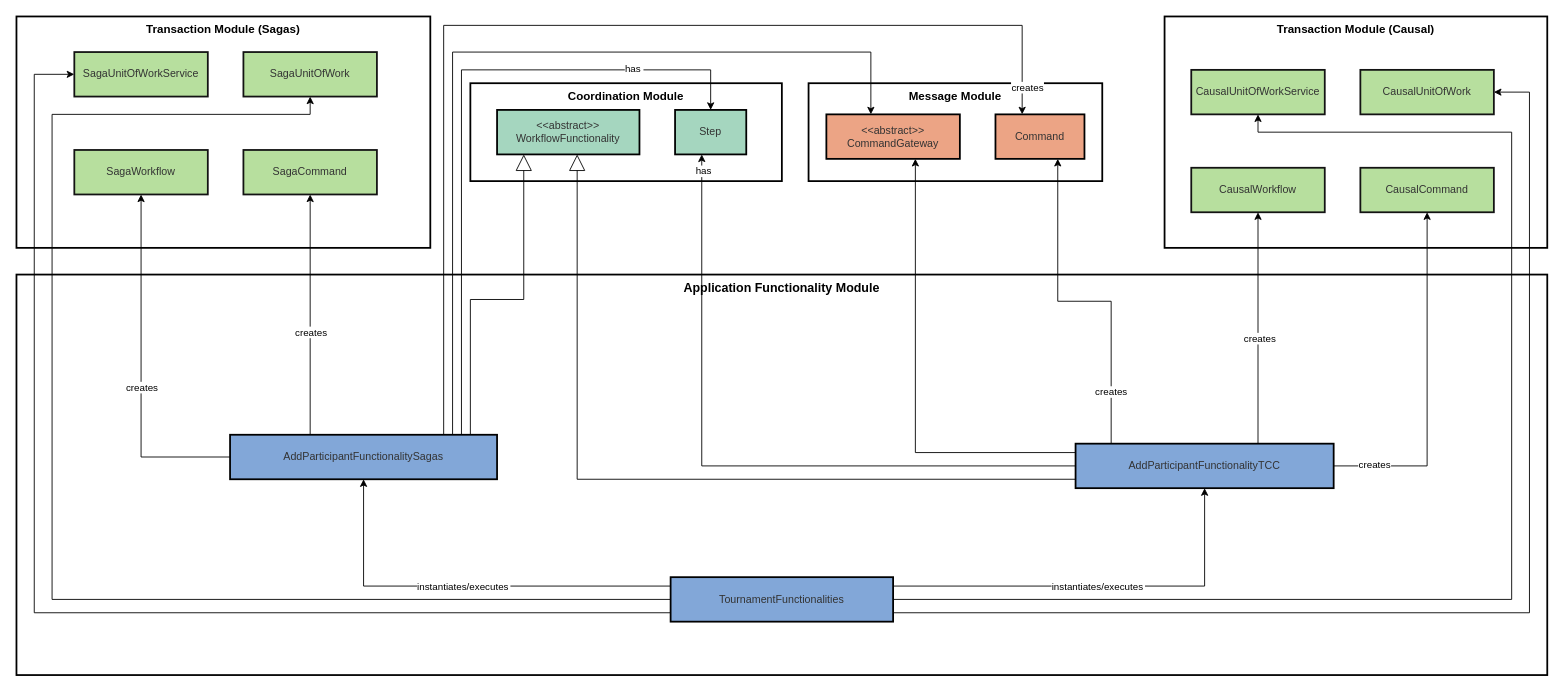
This is data/figs/architecture/layers/layers_app_functionalities.drawio from socialsoftware/microservices-simulator, a draw.io file, before an edit. Source tidied: cells renumbered, new cells numbered last; positions are measured from the earlier drawing's top-left corner, leaving out a move shared by most shapes. Both pictures are drawn from the tidied source at 89%, with x=0, y=0 at pixel (16, 16).
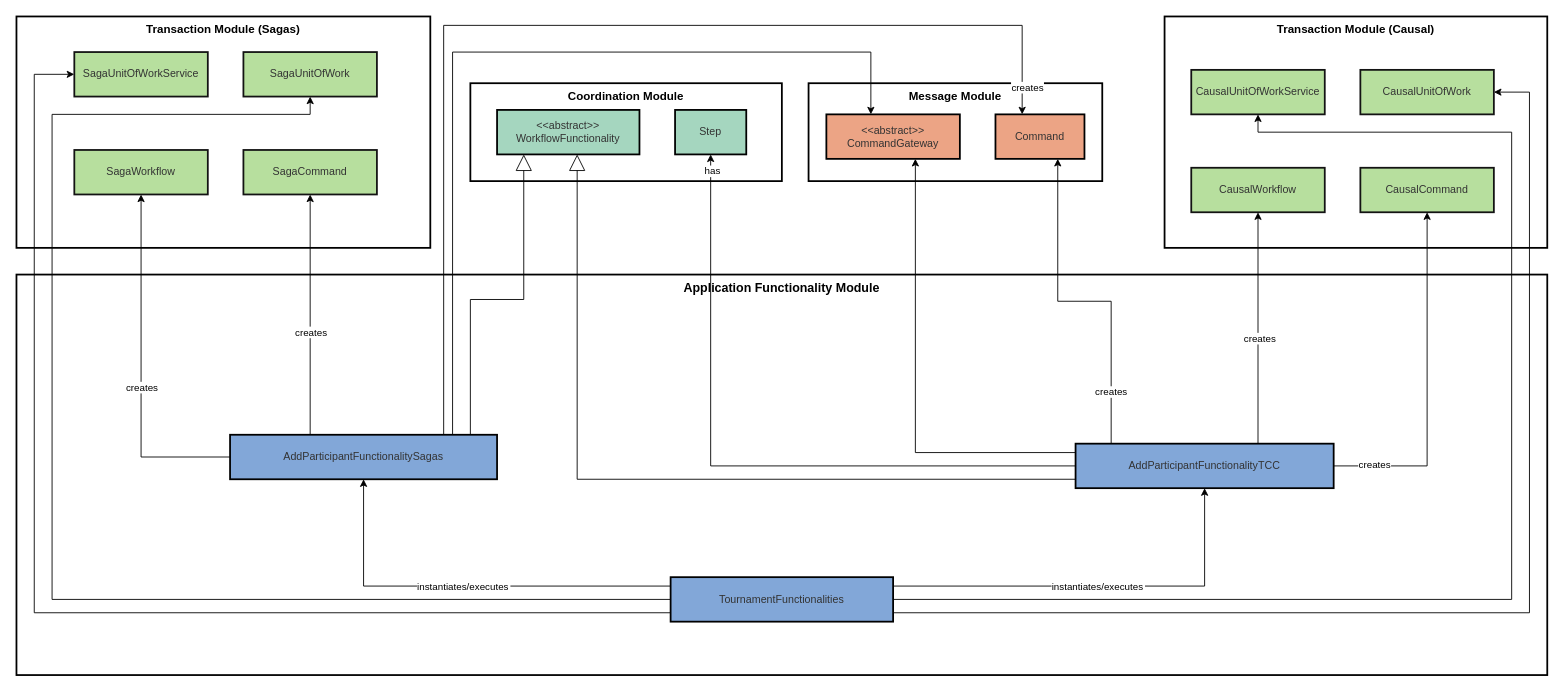
Above is the later version.

The change refers to these unchanged cells:
```xml
<mxCell id="22" value="AddParticipantFunctionalitySagas" style="whiteSpace=wrap;strokeWidth=2;fillColor=light-dark(#82A7D8,#1F2020);strokeColor=light-dark(#000000,#CCCCCC);fontColor=light-dark(#333333,#cccccc);" parent="1" vertex="1">
  <mxGeometry x="240" y="470" width="300" height="50" as="geometry" />
</mxCell>
<mxCell id="47" value="Step" style="whiteSpace=wrap;strokeWidth=2;fillColor=light-dark(#A5D6BF,#1F2020);strokeColor=light-dark(#000000,#CCCCCC);fontColor=light-dark(#333333,#cccccc);" parent="1" vertex="1">
  <mxGeometry x="740" y="105" width="80" height="50" as="geometry" />
</mxCell>
```

Change to the diagram source:
```diff
@@
-    <mxCell id="19" style="edgeStyle=orthogonalEdgeStyle;rounded=0;jettySize=auto;html=1;jumpStyle=arc;" parent="1" edge="1" source="22" target="47">
-      <mxGeometry relative="1" as="geometry">
-        <Array as="points">
-          <mxPoint x="500" y="60" />
-          <mxPoint x="780" y="60" />
-        </Array>
-      </mxGeometry>
-    </mxCell>
-    <mxCell id="20" value="has&amp;nbsp;" style="edgeLabel;html=1;align=center;verticalAlign=middle;" parent="19" vertex="1">
-      <mxGeometry x="0.64" y="1" relative="1" as="geometry">
-        <mxPoint y="-1" as="offset" />
-      </mxGeometry>
-    </mxCell>
@@
     <mxCell id="31" style="edgeStyle=orthogonalEdgeStyle;rounded=0;jettySize=auto;html=1;jumpStyle=arc;" parent="1" edge="1" target="47">
       <mxGeometry relative="1" as="geometry">
         <mxPoint x="1190" y="505" as="sourcePoint" />
         <Array as="points">
-          <mxPoint x="770" y="505" />
+          <mxPoint x="780" y="505" />
         </Array>
       </mxGeometry>
     </mxCell>
```
